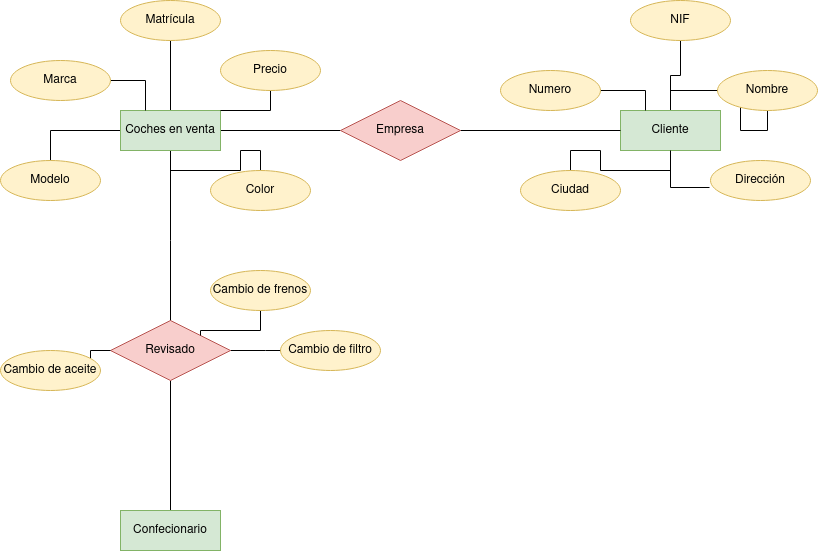
This is Unidad-1/Tareas/Tarea-2-3/Tarea 6.drawio.png from GgbGabrielGarcia/Base-Datos, a draw.io export, as it was before one commit. Source tidied: cells renumbered, new cells last; positions are measured from the earlier drawing's top-left corner, leaving out a move shared by most shapes.
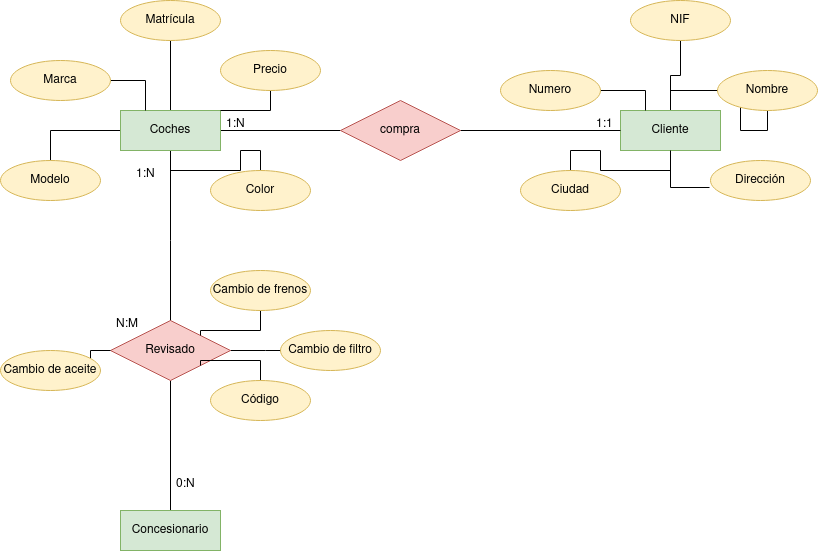
The same file after the commit.

Change to the diagram source:
```diff
@@ -19,7 +19,7 @@
         <mxPoint x="170" y="330" as="targetPoint" />
       </mxGeometry>
     </mxCell>
-    <mxCell id="7" value="Coches en venta" style="whiteSpace=wrap;html=1;align=center;fillColor=#d5e8d4;strokeColor=#82b366;" parent="1" vertex="1">
+    <mxCell id="7" value="Coches" style="whiteSpace=wrap;html=1;align=center;fillColor=#d5e8d4;strokeColor=#82b366;" parent="1" vertex="1">
       <mxGeometry x="120" y="110" width="100" height="40" as="geometry" />
     </mxCell>
     <mxCell id="8" style="edgeStyle=orthogonalEdgeStyle;rounded=0;jettySize=auto;html=1;endArrow=none;endFill=0;" parent="1" edge="1" source="11" target="24">
@@ -55,7 +55,7 @@
     <mxCell id="18" style="edgeStyle=orthogonalEdgeStyle;rounded=0;jettySize=auto;html=1;endArrow=none;endFill=0;" parent="1" edge="1" source="19" target="11">
       <mxGeometry relative="1" as="geometry" />
     </mxCell>
-    <mxCell id="19" value="Empresa" style="shape=rhombus;perimeter=rhombusPerimeter;whiteSpace=wrap;html=1;align=center;fillColor=#f8cecc;strokeColor=#b85450;" parent="1" vertex="1">
+    <mxCell id="19" value="compra" style="shape=rhombus;perimeter=rhombusPerimeter;whiteSpace=wrap;html=1;align=center;fillColor=#f8cecc;strokeColor=#b85450;" parent="1" vertex="1">
       <mxGeometry x="340" y="100" width="120" height="60" as="geometry" />
     </mxCell>
     <mxCell id="20" value="Color" style="ellipse;whiteSpace=wrap;html=1;align=center;fillColor=#fff2cc;strokeColor=#d6b656;" parent="1" vertex="1">
@@ -93,7 +93,7 @@
     <mxCell id="30" value="Revisado" style="shape=rhombus;perimeter=rhombusPerimeter;whiteSpace=wrap;html=1;align=center;fillColor=#f8cecc;strokeColor=#b85450;" parent="1" vertex="1">
       <mxGeometry x="110" y="320" width="120" height="60" as="geometry" />
     </mxCell>
-    <mxCell id="31" value="Confecionario" style="whiteSpace=wrap;html=1;align=center;fillColor=#d5e8d4;strokeColor=#82b366;" parent="1" vertex="1">
+    <mxCell id="31" value="Concesionario" style="whiteSpace=wrap;html=1;align=center;fillColor=#d5e8d4;strokeColor=#82b366;" parent="1" vertex="1">
       <mxGeometry x="120" y="510" width="100" height="40" as="geometry" />
     </mxCell>
     <mxCell id="32" value="Cambio de filtro" style="ellipse;whiteSpace=wrap;html=1;align=center;fillColor=#fff2cc;strokeColor=#d6b656;" parent="1" vertex="1">
@@ -111,5 +111,26 @@
     <mxCell id="36" value="Cambio de frenos" style="ellipse;whiteSpace=wrap;html=1;align=center;fillColor=#fff2cc;strokeColor=#d6b656;" parent="1" vertex="1">
       <mxGeometry x="210" y="270" width="100" height="40" as="geometry" />
     </mxCell>
+    <mxCell id="37" value="1:1" style="text;strokeColor=none;fillColor=none;spacingLeft=4;spacingRight=4;overflow=hidden;fontSize=12;whiteSpace=wrap;html=1;" parent="1" vertex="1">
+      <mxGeometry x="590" y="110" width="40" height="30" as="geometry" />
+    </mxCell>
+    <mxCell id="38" value="1:N" style="text;strokeColor=none;fillColor=none;spacingLeft=4;spacingRight=4;overflow=hidden;fontSize=12;whiteSpace=wrap;html=1;" parent="1" vertex="1">
+      <mxGeometry x="220" y="110" width="40" height="30" as="geometry" />
+    </mxCell>
+    <mxCell id="39" value="0:N" style="text;strokeColor=none;fillColor=none;spacingLeft=4;spacingRight=4;overflow=hidden;fontSize=12;whiteSpace=wrap;html=1;" parent="1" vertex="1">
+      <mxGeometry x="170" y="470" width="40" height="30" as="geometry" />
+    </mxCell>
+    <mxCell id="40" value="1:N" style="text;strokeColor=none;fillColor=none;spacingLeft=4;spacingRight=4;overflow=hidden;fontSize=12;whiteSpace=wrap;html=1;" parent="1" vertex="1">
+      <mxGeometry x="130" y="160" width="40" height="30" as="geometry" />
+    </mxCell>
+    <mxCell id="41" value="N:M" style="text;strokeColor=none;fillColor=none;spacingLeft=4;spacingRight=4;overflow=hidden;fontSize=12;whiteSpace=wrap;html=1;" parent="1" vertex="1">
+      <mxGeometry x="110" y="310" width="40" height="30" as="geometry" />
+    </mxCell>
+    <mxCell id="42" style="edgeStyle=orthogonalEdgeStyle;rounded=0;jettySize=auto;html=1;entryX=1;entryY=1;entryDx=0;entryDy=0;endArrow=none;endFill=0;" parent="1" edge="1" source="43" target="30">
+      <mxGeometry relative="1" as="geometry" />
+    </mxCell>
+    <mxCell id="43" value="Código" style="ellipse;whiteSpace=wrap;html=1;align=center;fillColor=#fff2cc;strokeColor=#d6b656;" parent="1" vertex="1">
+      <mxGeometry x="210" y="380" width="100" height="40" as="geometry" />
+    </mxCell>
   </root>
 </mxGraphModel>
```
